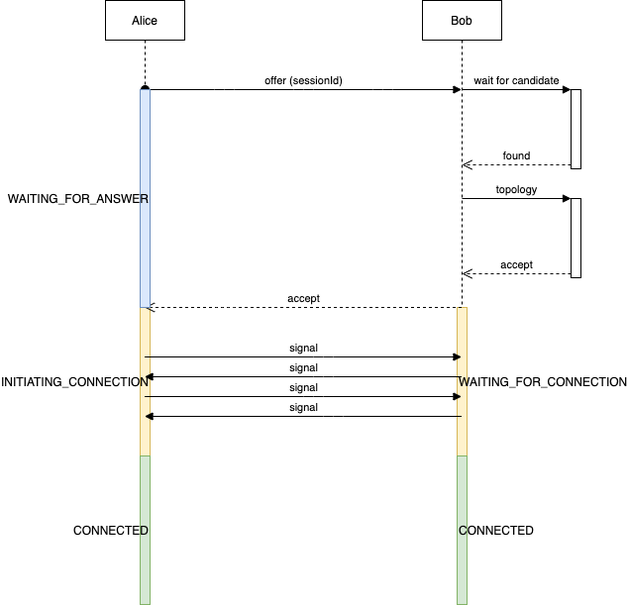
dxos/mesh keeps this draw.io diagram as docs/content/race.png. Above is the earlier version. Source tidied: cells renumbered, new cells last; positions are measured from the earlier drawing's top-left corner, leaving out a move shared by most shapes.
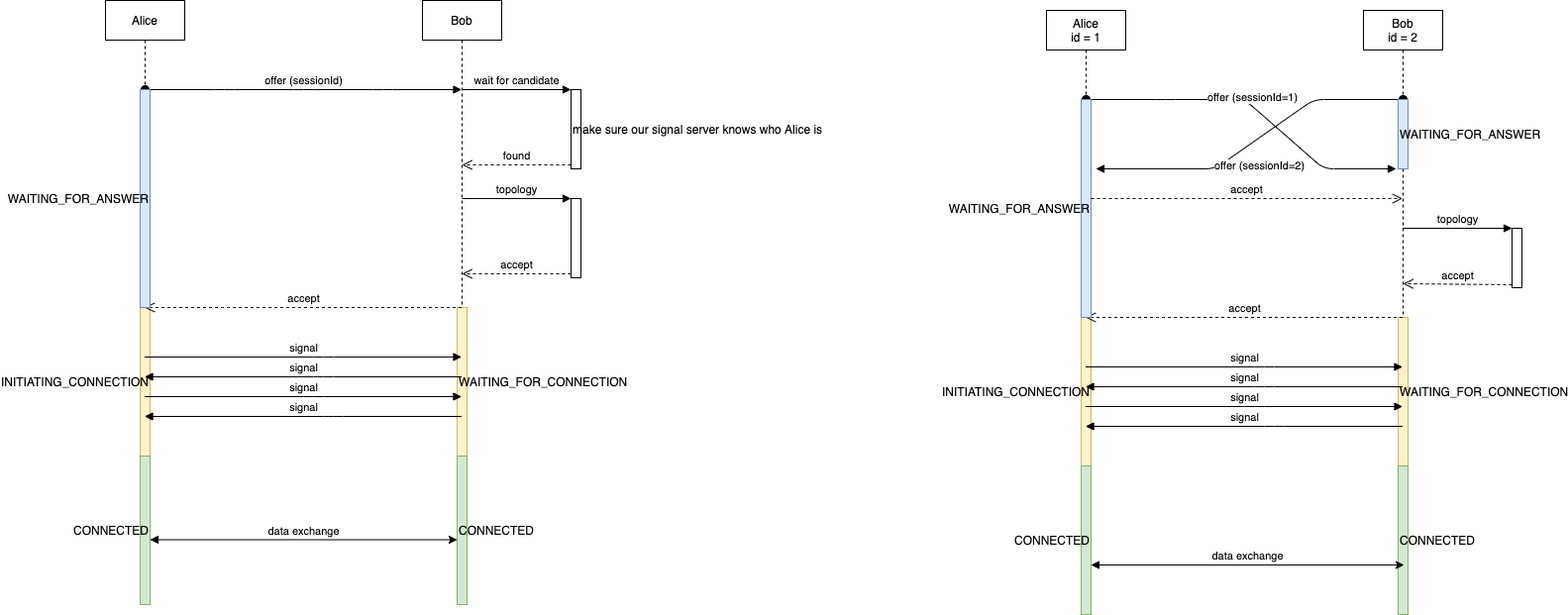
After the change.

The edit, as a diff of the source:
```diff
@@ -27,7 +27,7 @@
         </Array>
       </mxGeometry>
     </mxCell>
-    <mxCell id="8" style="html=1;points=[];perimeter=orthogonalPerimeter;" parent="1" vertex="1">
+    <mxCell id="8" value="make sure our signal server knows who Alice is&amp;nbsp;" style="html=1;points=[];perimeter=orthogonalPerimeter;align=left;" parent="1" vertex="1">
       <mxGeometry x="470" y="90" width="10" height="80" as="geometry" />
     </mxCell>
     <mxCell id="9" value="wait for candidate" style="html=1;verticalAlign=bottom;endArrow=block;entryX=0;entryY=0;" parent="1" edge="1" target="8">
@@ -94,5 +94,118 @@
     <mxCell id="20" value="CONNECTED" style="html=1;points=[];perimeter=orthogonalPerimeter;align=right;fillColor=#d5e8d4;strokeColor=#82b366;" parent="1" vertex="1">
       <mxGeometry x="35" y="460" width="10" height="150" as="geometry" />
     </mxCell>
+    <mxCell id="21" value="Alice&lt;br&gt;id = 1" style="shape=umlLifeline;perimeter=lifelinePerimeter;whiteSpace=wrap;html=1;outlineConnect=0;" parent="1" vertex="1">
+      <mxGeometry x="950" y="10" width="80" height="530" as="geometry" />
+    </mxCell>
+    <mxCell id="22" value="INITIATING_CONNECTION" style="html=1;perimeter=orthogonalPerimeter;align=right;fillColor=#fff2cc;strokeColor=#d6b656;" parent="21" vertex="1">
+      <mxGeometry x="35" y="310" width="10" height="150" as="geometry" />
+    </mxCell>
+    <mxCell id="23" value="Bob&lt;br&gt;id = 2" style="shape=umlLifeline;perimeter=lifelinePerimeter;whiteSpace=wrap;html=1;outlineConnect=0;" parent="1" vertex="1">
+      <mxGeometry x="1270" y="10" width="80" height="610" as="geometry" />
+    </mxCell>
+    <mxCell id="24" value="WAITING_FOR_CONNECTION" style="html=1;perimeter=orthogonalPerimeter;align=left;fillColor=#fff2cc;strokeColor=#d6b656;" parent="23" vertex="1">
+      <mxGeometry x="35" y="310" width="10" height="150" as="geometry" />
+    </mxCell>
+    <mxCell id="25" value="CONNECTED" style="html=1;perimeter=orthogonalPerimeter;align=left;fillColor=#d5e8d4;strokeColor=#82b366;" parent="23" vertex="1">
+      <mxGeometry x="35" y="460" width="10" height="150" as="geometry" />
+    </mxCell>
+    <mxCell id="26" value="offer (sessionId=2)" style="html=1;verticalAlign=bottom;startArrow=oval;startFill=1;endArrow=block;startSize=8;" parent="23" edge="1">
+      <mxGeometry x="0.08" y="31" relative="1" as="geometry">
+        <mxPoint x="40" y="90" as="sourcePoint" />
+        <mxPoint x="-270" y="160" as="targetPoint" />
+        <Array as="points">
+          <mxPoint x="-50" y="90" />
+          <mxPoint x="-150" y="160" />
+        </Array>
+      </mxGeometry>
+    </mxCell>
+    <mxCell id="27" value="WAITING_FOR_ANSWER" style="html=1;perimeter=orthogonalPerimeter;align=left;fillColor=#dae8fc;strokeColor=#6c8ebf;" parent="23" vertex="1">
+      <mxGeometry x="35" y="90" width="10" height="70" as="geometry" />
+    </mxCell>
+    <mxCell id="28" value="offer (sessionId=1)" style="html=1;verticalAlign=bottom;startArrow=oval;startFill=1;endArrow=block;startSize=8;" parent="1" edge="1">
+      <mxGeometry relative="1" as="geometry">
+        <mxPoint x="990" y="100" as="sourcePoint" />
+        <mxPoint x="1303" y="170" as="targetPoint" />
+        <Array as="points">
+          <mxPoint x="1070" y="100" />
+          <mxPoint x="1150" y="100" />
+          <mxPoint x="1230" y="170" />
+        </Array>
+      </mxGeometry>
+    </mxCell>
+    <mxCell id="29" style="html=1;points=[];perimeter=orthogonalPerimeter;" parent="1" vertex="1">
+      <mxGeometry x="1420" y="230" width="10" height="60" as="geometry" />
+    </mxCell>
+    <mxCell id="30" value="topology" style="html=1;verticalAlign=bottom;endArrow=block;entryX=0;entryY=0;" parent="1" edge="1" source="23" target="29">
+      <mxGeometry relative="1" as="geometry" />
+    </mxCell>
+    <mxCell id="31" value="accept" style="html=1;verticalAlign=bottom;endArrow=open;dashed=1;endSize=8;exitX=0;exitY=0.95;" parent="1" edge="1" source="29">
+      <mxGeometry relative="1" as="geometry">
+        <mxPoint x="1310" y="286" as="targetPoint" />
+      </mxGeometry>
+    </mxCell>
+    <mxCell id="32" value="accept" style="html=1;verticalAlign=bottom;endArrow=open;dashed=1;endSize=8;" parent="1" edge="1" source="23" target="21">
+      <mxGeometry relative="1" as="geometry">
+        <Array as="points">
+          <mxPoint x="1070" y="320" />
+        </Array>
+      </mxGeometry>
+    </mxCell>
+    <mxCell id="33" value="WAITING_FOR_ANSWER" style="html=1;points=[];perimeter=orthogonalPerimeter;align=right;fillColor=#dae8fc;strokeColor=#6c8ebf;" parent="1" vertex="1">
+      <mxGeometry x="985" y="100" width="10" height="220" as="geometry" />
+    </mxCell>
+    <mxCell id="34" value="signal" style="html=1;verticalAlign=bottom;endArrow=block;" parent="1" edge="1" source="21" target="23">
+      <mxGeometry relative="1" as="geometry">
+        <Array as="points">
+          <mxPoint x="1160" y="410" />
+        </Array>
+      </mxGeometry>
+    </mxCell>
+    <mxCell id="35" value="signal" style="html=1;verticalAlign=bottom;endArrow=block;" parent="1" edge="1" source="21" target="23">
+      <mxGeometry relative="1" as="geometry">
+        <Array as="points">
+          <mxPoint x="1170" y="370" />
+        </Array>
+      </mxGeometry>
+    </mxCell>
+    <mxCell id="36" value="signal" style="html=1;verticalAlign=bottom;endArrow=block;" parent="1" edge="1" source="23" target="21">
+      <mxGeometry relative="1" as="geometry">
+        <Array as="points">
+          <mxPoint x="1170" y="390" />
+        </Array>
+      </mxGeometry>
+    </mxCell>
+    <mxCell id="37" value="signal" style="html=1;verticalAlign=bottom;endArrow=block;" parent="1" edge="1" source="23" target="21">
+      <mxGeometry relative="1" as="geometry">
+        <Array as="points">
+          <mxPoint x="1180" y="430" />
+        </Array>
+      </mxGeometry>
+    </mxCell>
+    <mxCell id="38" value="CONNECTED" style="html=1;points=[];perimeter=orthogonalPerimeter;align=right;fillColor=#d5e8d4;strokeColor=#82b366;" parent="1" vertex="1">
+      <mxGeometry x="985" y="470" width="10" height="150" as="geometry" />
+    </mxCell>
+    <mxCell id="39" value="data exchange" style="html=1;verticalAlign=bottom;endArrow=block;startArrow=classic;startFill=1;" parent="1" edge="1" source="6" target="20">
+      <mxGeometry relative="1" as="geometry">
+        <Array as="points">
+          <mxPoint x="235.5" y="544.5" />
+        </Array>
+      </mxGeometry>
+    </mxCell>
+    <mxCell id="40" value="data exchange" style="html=1;verticalAlign=bottom;endArrow=block;startArrow=classic;startFill=1;" parent="1" edge="1" target="38">
+      <mxGeometry relative="1" as="geometry">
+        <mxPoint x="1311" y="570" as="sourcePoint" />
+        <Array as="points">
+          <mxPoint x="1191.5" y="570" />
+        </Array>
+      </mxGeometry>
+    </mxCell>
+    <mxCell id="41" value="accept" style="html=1;verticalAlign=bottom;endArrow=open;dashed=1;endSize=8;" parent="1" edge="1" source="33" target="23">
+      <mxGeometry relative="1" as="geometry">
+        <Array as="points">
+          <mxPoint x="1111" y="200" />
+        </Array>
+      </mxGeometry>
+    </mxCell>
   </root>
 </mxGraphModel>
```
